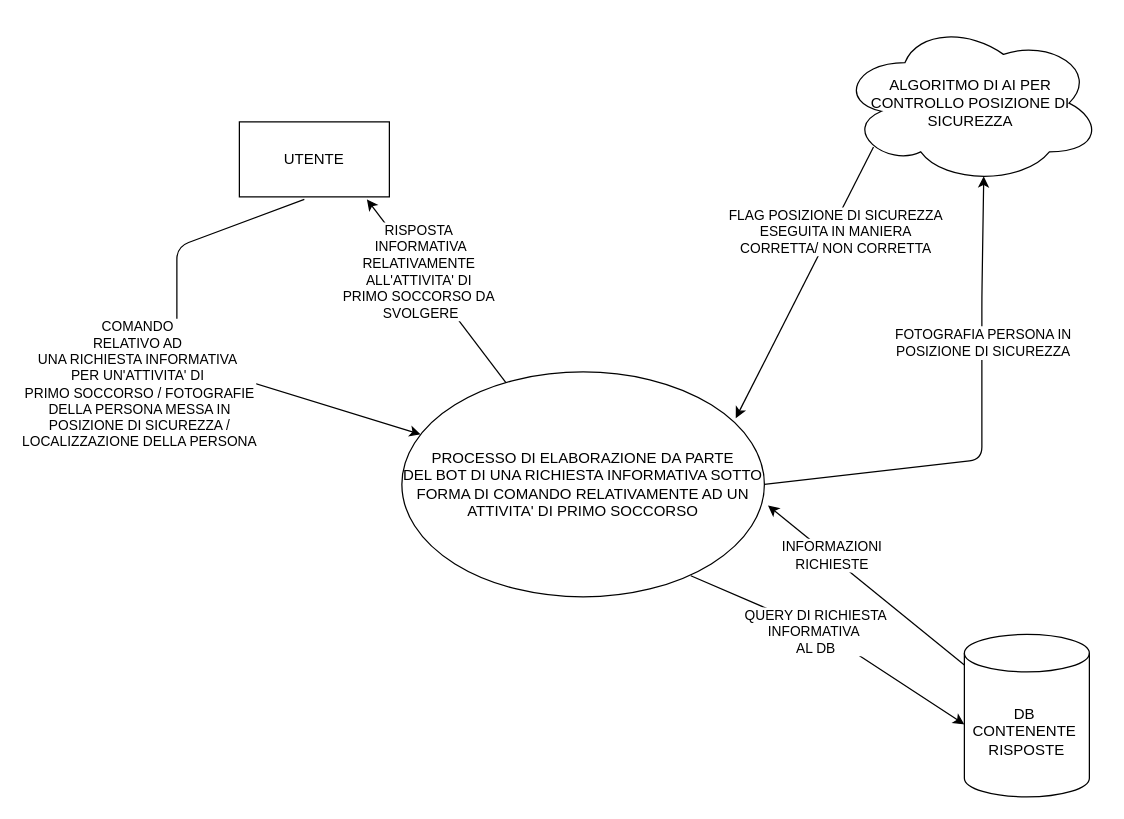
The draw.io diagram UML_SCHEMA/DFD_una_sola_bolla.drawio in llgzr/UML_TEST, before the edit. Source tidied: cells renumbered, new cells numbered last; positions are measured from the earlier drawing's top-left corner, leaving out a move shared by most shapes. Both pictures are drawn from the tidied source at 125%, with x=0, y=0 at pixel (176, 21).
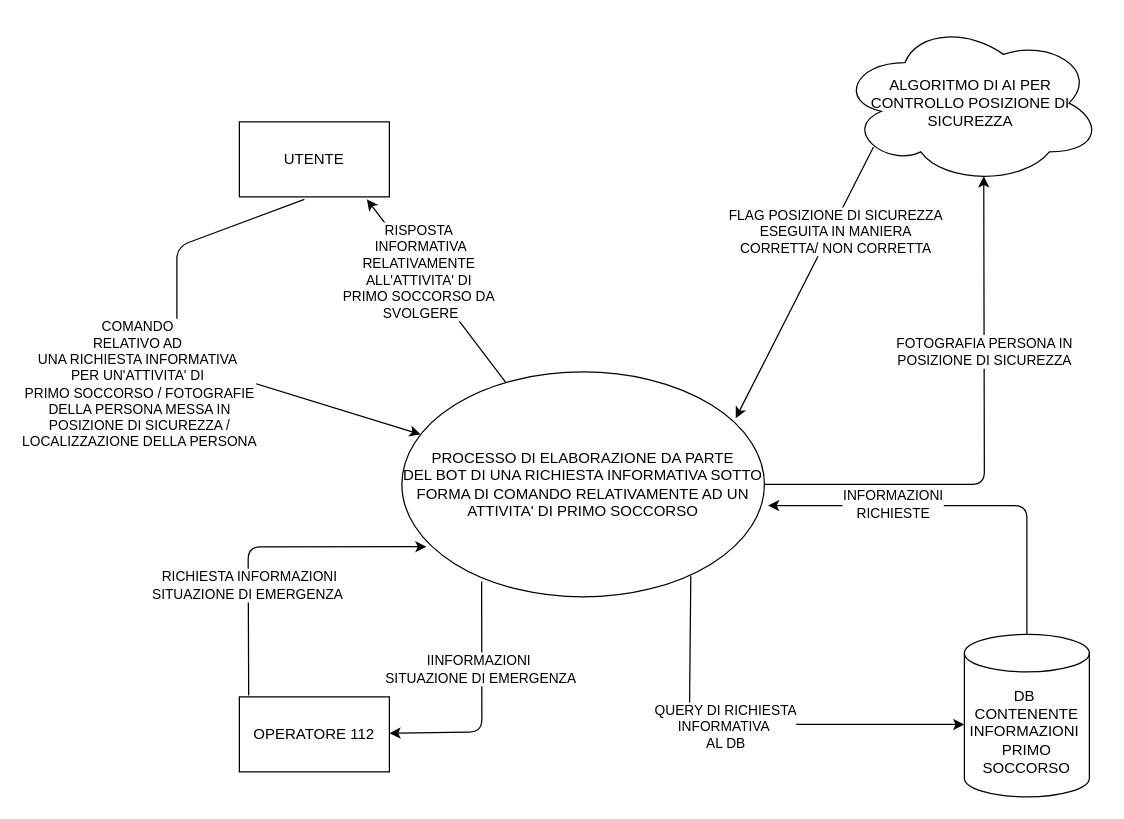
Above is the later version.

Unchanged cells that the change refers to:
```xml
<mxCell id="2" value="PROCESSO DI ELABORAZIONE DA PARTE &lt;br&gt;DEL BOT DI UNA RICHIESTA INFORMATIVA SOTTO FORMA DI COMANDO RELATIVAMENTE AD UN ATTIVITA' DI PRIMO SOCCORSO" style="ellipse;whiteSpace=wrap;html=1;" parent="1" vertex="1">
  <mxGeometry x="180" y="280" width="290" height="180" as="geometry" />
</mxCell>
<mxCell id="12" value="&lt;div&gt;ALGORITMO DI AI PER &lt;br&gt;&lt;/div&gt;&lt;div&gt;CONTROLLO POSIZIONE DI &lt;br&gt;&lt;/div&gt;&lt;div&gt;SICUREZZA&lt;br&gt;&lt;/div&gt;" style="ellipse;shape=cloud;whiteSpace=wrap;html=1;" parent="1" vertex="1">
  <mxGeometry x="530" width="210" height="130" as="geometry" />
</mxCell>
```

Diff of the diagram source:
```diff
@@
-    <mxCell id="7" value="DB&amp;nbsp;&lt;br&gt;CONTENENTE&amp;nbsp;&lt;br&gt;RISPOSTE" style="shape=cylinder3;whiteSpace=wrap;html=1;boundedLbl=1;backgroundOutline=1;size=15;" parent="1" vertex="1">
+    <mxCell id="7" value="DB&amp;nbsp;&lt;br&gt;CONTENENTE INFORMAZIONI&amp;nbsp;&lt;br&gt;PRIMO SOCCORSO" style="shape=cylinder3;whiteSpace=wrap;html=1;boundedLbl=1;backgroundOutline=1;size=15;" parent="1" vertex="1">
       <mxGeometry x="630" y="490" width="100" height="130" as="geometry" />
     </mxCell>
     <mxCell id="8" style="endArrow=classic;html=1;entryX=1.01;entryY=0.594;entryDx=0;entryDy=0;entryPerimeter=0;" parent="1" edge="1" source="7" target="2">
-      <mxGeometry relative="1" as="geometry" />
+      <mxGeometry relative="1" as="geometry">
+        <Array as="points">
+          <mxPoint x="680" y="387" />
+        </Array>
+      </mxGeometry>
     </mxCell>
@@
     <mxCell id="10" style="endArrow=classic;html=1;entryX=0;entryY=0.554;entryDx=0;entryDy=0;entryPerimeter=0;exitX=0.797;exitY=0.906;exitDx=0;exitDy=0;exitPerimeter=0;" parent="1" edge="1" source="2" target="7">
       <mxGeometry relative="1" as="geometry">
         <Array as="points">
-          <mxPoint x="520" y="490" />
+          <mxPoint x="410" y="562" />
         </Array>
       </mxGeometry>
     </mxCell>
@@
     <mxCell id="15" style="endArrow=classic;html=1;entryX=0.55;entryY=0.95;entryDx=0;entryDy=0;entryPerimeter=0;exitX=1;exitY=0.5;exitDx=0;exitDy=0;" parent="1" edge="1" source="2" target="12">
       <mxGeometry relative="1" as="geometry">
         <Array as="points">
-          <mxPoint x="644" y="350" />
-          <mxPoint x="644" y="220" />
+          <mxPoint x="646" y="370" />
         </Array>
       </mxGeometry>
     </mxCell>
@@
+    <mxCell id="17" value="OPERATORE 112" style="rounded=0;whiteSpace=wrap;html=1;" parent="1" vertex="1">
+      <mxGeometry x="50" y="540" width="120" height="60" as="geometry" />
+    </mxCell>
+    <mxCell id="18" style="endArrow=classic;html=1;exitX=0.062;exitY=-0.017;exitDx=0;exitDy=0;entryX=0.068;entryY=0.777;entryDx=0;entryDy=0;entryPerimeter=0;exitPerimeter=0;" parent="1" edge="1" source="17" target="2">
+      <mxGeometry relative="1" as="geometry">
+        <Array as="points">
+          <mxPoint x="57" y="420" />
+        </Array>
+      </mxGeometry>
+    </mxCell>
+    <mxCell id="19" value="RICHIESTA INFORMAZIONI &lt;br&gt;SITUAZIONE DI EMERGENZA&amp;nbsp;" style="edgeLabel;html=1;align=center;verticalAlign=middle;" parent="18" vertex="1">
+      <mxGeometry x="-0.33" y="-1" relative="1" as="geometry">
+        <mxPoint x="-1" as="offset" />
+      </mxGeometry>
+    </mxCell>
+    <mxCell id="20" style="endArrow=classic;html=1;exitX=0.22;exitY=0.932;exitDx=0;exitDy=0;exitPerimeter=0;" parent="1" edge="1" source="2" target="17">
+      <mxGeometry relative="1" as="geometry">
+        <Array as="points">
+          <mxPoint x="244" y="568" />
+        </Array>
+      </mxGeometry>
+    </mxCell>
+    <mxCell id="21" value="IINFORMAZIONI&amp;nbsp;&lt;br&gt;SITUAZIONE DI EMERGENZA" style="edgeLabel;html=1;align=center;verticalAlign=middle;" parent="20" vertex="1">
+      <mxGeometry x="-0.28" y="-1" relative="1" as="geometry" />
+    </mxCell>
```
